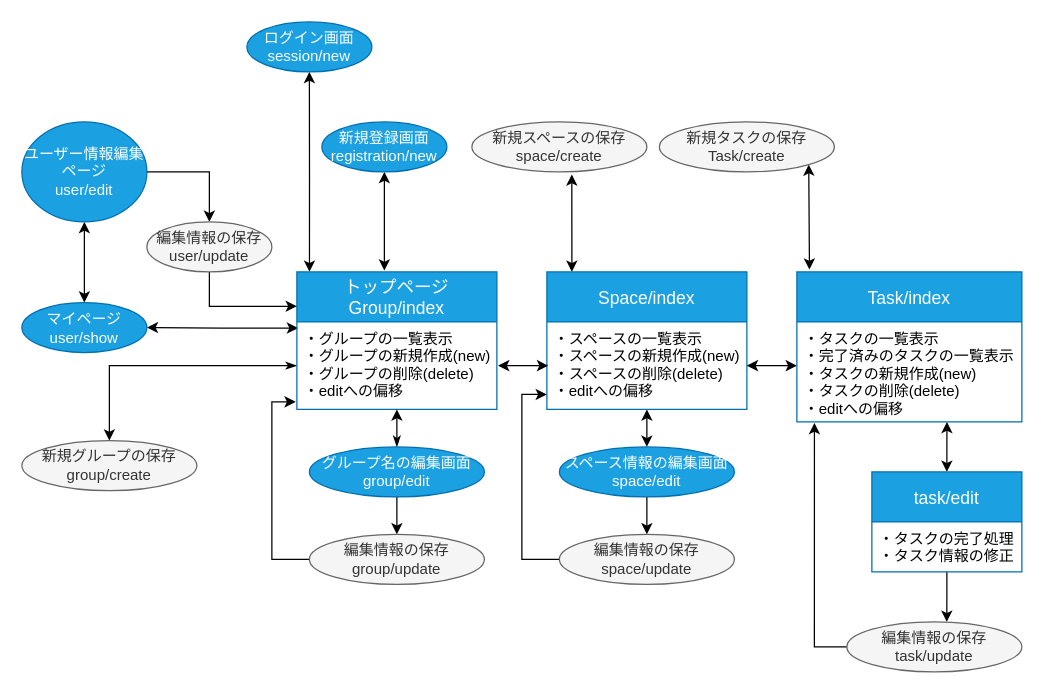
Above: config/screen.dio in iniwa-takaya/group-task (draw.io), before the change. Source tidied: cells renumbered, new cells numbered last; positions are measured from the earlier drawing's top-left corner, leaving out a move shared by most shapes. Both pictures are drawn from the tidied source at 125%, with x=0, y=0 at pixel (21, 21).
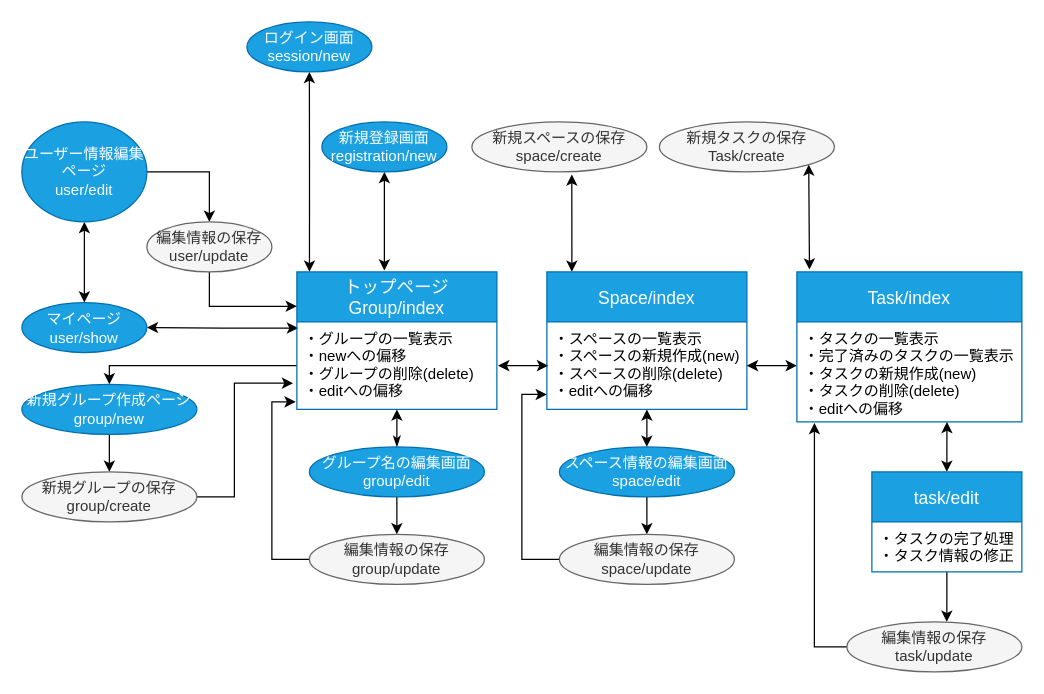
The same diagram, later.

Unchanged cells that the change refers to:
```xml
<mxCell id="11" value="トップページ&#10;Group/index" style="swimlane;fontStyle=0;horizontal=1;startSize=40;align=center;fontSize=14;fillColor=#1ba1e2;strokeColor=#006EAF;fontColor=#ffffff;" parent="1" vertex="1">
  <mxGeometry x="220" y="200" width="160" height="110" as="geometry" />
</mxCell>
```

Diff of the diagram source:
```diff
@@
-    <mxCell id="5" style="edgeStyle=orthogonalEdgeStyle;rounded=0;jettySize=auto;html=1;startArrow=classicThin;startFill=1;entryX=0.5;entryY=0;entryDx=0;entryDy=0;" parent="1" edge="1" source="12" target="10">
+    <mxCell id="5" style="edgeStyle=orthogonalEdgeStyle;rounded=0;jettySize=auto;html=1;startArrow=none;startFill=0;entryX=0.5;entryY=0;entryDx=0;entryDy=0;" parent="1" edge="1" source="12" target="10">
       <mxGeometry relative="1" as="geometry">
         <Array as="points">
           <mxPoint x="70" y="275" />
         </Array>
       </mxGeometry>
     </mxCell>
@@
+    <mxCell id="43" style="edgeStyle=orthogonalEdgeStyle;rounded=0;jettySize=auto;html=1;startArrow=none;startFill=0;" parent="1" edge="1" source="10">
+      <mxGeometry relative="1" as="geometry">
+        <mxPoint x="70" y="360" as="targetPoint" />
+      </mxGeometry>
+    </mxCell>
-    <mxCell id="10" value="新規グループの保存&lt;br&gt;group/create" style="ellipse;whiteSpace=wrap;html=1;align=center;fillColor=#f5f5f5;strokeColor=#666666;fontColor=#333333;" parent="1" vertex="1">
-      <mxGeometry y="335" width="140" height="40" as="geometry" />
+    <mxCell id="10" value="新規グループ作成ページ&lt;br&gt;group/new" style="ellipse;whiteSpace=wrap;html=1;align=center;fillColor=#1ba1e2;strokeColor=#006EAF;fontColor=#ffffff;" parent="1" vertex="1">
+      <mxGeometry y="290" width="140" height="40" as="geometry" />
     </mxCell>
@@
-    <mxCell id="12" value="・グループの一覧表示&#10;・グループの新規作成(new)&#10;・グループの削除(delete)&#10;・editへの偏移" style="text;strokeColor=none;fillColor=none;spacingLeft=4;spacingRight=4;overflow=hidden;points=[[0,0.5],[1,0.5]];portConstraint=eastwest;fontSize=12;" parent="11" vertex="1">
+    <mxCell id="12" value="・グループの一覧表示&#10;・newへの偏移&#10;・グループの削除(delete)&#10;・editへの偏移" style="text;strokeColor=none;fillColor=none;spacingLeft=4;spacingRight=4;overflow=hidden;points=[[0,0.5],[1,0.5]];portConstraint=eastwest;fontSize=12;" parent="11" vertex="1">
       <mxGeometry y="40" width="160" height="70" as="geometry" />
     </mxCell>
@@
+    <mxCell id="44" style="edgeStyle=orthogonalEdgeStyle;rounded=0;jettySize=auto;html=1;entryX=-0.019;entryY=0.7;entryDx=0;entryDy=0;entryPerimeter=0;startArrow=none;startFill=0;" parent="1" edge="1" source="45" target="12">
+      <mxGeometry relative="1" as="geometry">
+        <Array as="points">
+          <mxPoint x="170" y="380" />
+          <mxPoint x="170" y="289" />
+        </Array>
+      </mxGeometry>
+    </mxCell>
+    <mxCell id="45" value="新規グループの保存&lt;br&gt;group/create" style="ellipse;whiteSpace=wrap;html=1;align=center;fillColor=#f5f5f5;strokeColor=#666666;fontColor=#333333;" parent="1" vertex="1">
+      <mxGeometry y="360" width="140" height="40" as="geometry" />
+    </mxCell>
```
